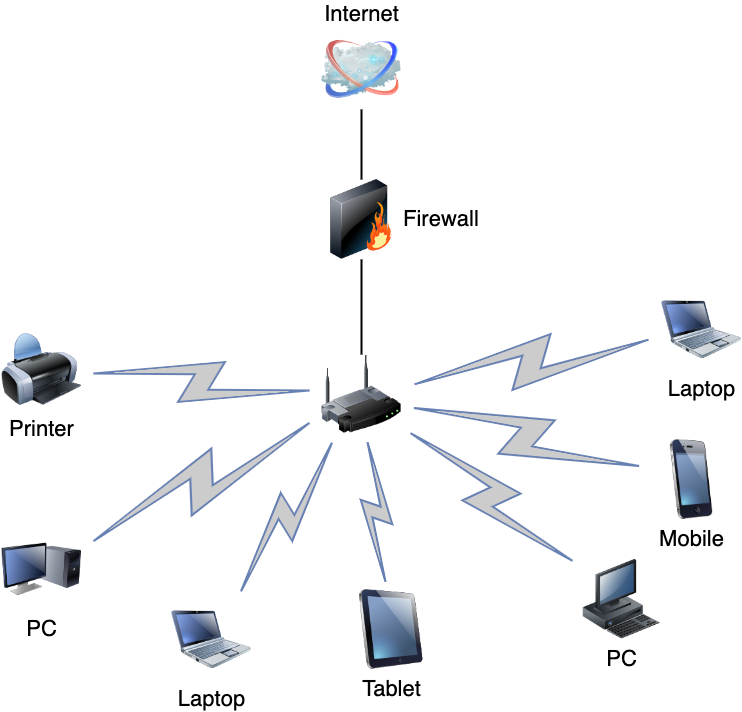
Valerii1985/devops-netology keeps this draw.io diagram as 3.8 Net chap 3/Диаграмма без названия.drawio.png. Above is the earlier version. Source tidied: cells renumbered, new cells last; positions are measured from the earlier drawing's top-left corner, leaving out a move shared by most shapes. Source of this version:
```xml
<mxGraphModel>
  <root>
    <mxCell id="0" />
    <mxCell id="1" parent="0" />
    <mxCell id="2" style="edgeStyle=none;rounded=0;html=1;labelBackgroundColor=none;endArrow=none;strokeWidth=2;fontFamily=Verdana;fontSize=22;" parent="1" edge="1" source="3" target="6">
      <mxGeometry relative="1" as="geometry" />
    </mxCell>
    <mxCell id="3" style="image;html=1;labelBackgroundColor=#ffffff;image=img/lib/clip_art/networking/Wireless_Router_128x128.png;rounded=1;shadow=0;comic=0;strokeWidth=2;fontSize=22;" parent="1" vertex="1">
      <mxGeometry x="320" y="325" width="80" height="80" as="geometry" />
    </mxCell>
    <mxCell id="4" value="Internet" style="image;html=1;labelBackgroundColor=#ffffff;image=img/lib/clip_art/networking/Cloud_128x128.png;rounded=1;shadow=0;comic=0;strokeWidth=2;fontSize=22;labelPosition=center;verticalLabelPosition=top;align=center;verticalAlign=bottom;" parent="1" vertex="1">
      <mxGeometry x="320" width="80" height="80" as="geometry" />
    </mxCell>
    <mxCell id="5" style="edgeStyle=none;rounded=0;html=1;labelBackgroundColor=none;endArrow=none;strokeWidth=2;fontFamily=Verdana;fontSize=22;" parent="1" edge="1" source="6" target="4">
      <mxGeometry relative="1" as="geometry" />
    </mxCell>
    <mxCell id="6" value="Firewall" style="image;html=1;labelBackgroundColor=#ffffff;image=img/lib/clip_art/networking/Firewall_128x128.png;rounded=1;shadow=0;comic=0;strokeWidth=2;fontSize=22;labelPosition=right;verticalLabelPosition=middle;align=left;verticalAlign=middle;" parent="1" vertex="1">
      <mxGeometry x="320" y="150" width="80" height="80" as="geometry" />
    </mxCell>
    <mxCell id="7" value="Tablet" style="image;html=1;labelBackgroundColor=#ffffff;image=img/lib/clip_art/computers/iPad_128x128.png;rounded=1;shadow=0;comic=0;strokeWidth=2;fontSize=22;" parent="1" vertex="1">
      <mxGeometry x="350" y="560" width="80" height="80" as="geometry" />
    </mxCell>
    <mxCell id="8" value="PC" style="image;html=1;labelBackgroundColor=#ffffff;image=img/lib/clip_art/computers/Monitor_Tower_128x128.png;rounded=1;shadow=0;comic=0;strokeWidth=2;fontSize=22;" parent="1" vertex="1">
      <mxGeometry y="500" width="80" height="80" as="geometry" />
    </mxCell>
    <mxCell id="9" value="Printer" style="image;html=1;labelBackgroundColor=#ffffff;image=img/lib/clip_art/computers/Printer_128x128.png;rounded=1;shadow=0;comic=0;strokeWidth=2;fontSize=22;" parent="1" vertex="1">
      <mxGeometry y="300" width="80" height="80" as="geometry" />
    </mxCell>
    <mxCell id="10" value="PC" style="image;html=1;labelBackgroundColor=#ffffff;image=img/lib/clip_art/computers/Workstation_128x128.png;rounded=1;shadow=0;comic=0;strokeWidth=2;fontSize=22;" parent="1" vertex="1">
      <mxGeometry x="580" y="530" width="80" height="80" as="geometry" />
    </mxCell>
    <mxCell id="11" value="Mobile" style="image;html=1;labelBackgroundColor=#ffffff;image=img/lib/clip_art/telecommunication/iPhone_128x128.png;rounded=1;shadow=0;comic=0;strokeWidth=2;fontSize=22;" parent="1" vertex="1">
      <mxGeometry x="650" y="410" width="80" height="80" as="geometry" />
    </mxCell>
    <mxCell id="12" value="Laptop" style="image;html=1;labelBackgroundColor=#ffffff;image=img/lib/clip_art/computers/Netbook_128x128.png;rounded=1;shadow=0;comic=0;strokeColor=#000000;strokeWidth=2;fillColor=#FFFFFF;fontSize=22;fontColor=#000000;" parent="1" vertex="1">
      <mxGeometry x="660" y="260" width="80" height="80" as="geometry" />
    </mxCell>
    <mxCell id="13" value="Laptop" style="image;html=1;labelBackgroundColor=#ffffff;image=img/lib/clip_art/computers/Netbook_128x128.png;rounded=1;shadow=0;comic=0;strokeWidth=2;fontSize=22;" parent="1" vertex="1">
      <mxGeometry x="170" y="570" width="80" height="80" as="geometry" />
    </mxCell>
    <mxCell id="14" style="html=1;fillColor=#CCCCCC;strokeColor=#6881B3;gradientColor=none;gradientDirection=north;strokeWidth=2;shape=mxgraph.networks.comm_link_edge;html=1;labelBackgroundColor=none;endArrow=none;fontFamily=Verdana;fontSize=22;fontColor=#000000;" parent="1" edge="1" source="9" target="3">
      <mxGeometry relative="1" as="geometry" />
    </mxCell>
    <mxCell id="15" style="html=1;fillColor=#CCCCCC;strokeColor=#6881B3;gradientColor=none;gradientDirection=north;strokeWidth=2;shape=mxgraph.networks.comm_link_edge;html=1;labelBackgroundColor=none;endArrow=none;fontFamily=Verdana;fontSize=22;fontColor=#000000;fontStyle=1;" parent="1" edge="1" source="8" target="3">
      <mxGeometry relative="1" as="geometry" />
    </mxCell>
    <mxCell id="16" style="html=1;fillColor=#CCCCCC;strokeColor=#6881B3;gradientColor=none;gradientDirection=north;strokeWidth=2;shape=mxgraph.networks.comm_link_edge;html=1;labelBackgroundColor=none;endArrow=none;fontFamily=Verdana;fontSize=22;fontColor=#000000;" parent="1" edge="1" source="13" target="3">
      <mxGeometry relative="1" as="geometry" />
    </mxCell>
    <mxCell id="17" style="html=1;fillColor=#CCCCCC;strokeColor=#6881B3;gradientColor=none;gradientDirection=north;strokeWidth=2;shape=mxgraph.networks.comm_link_edge;html=1;labelBackgroundColor=none;endArrow=none;fontFamily=Verdana;fontSize=22;fontColor=#000000;" parent="1" edge="1" source="7" target="3">
      <mxGeometry relative="1" as="geometry" />
    </mxCell>
    <mxCell id="18" style="html=1;fillColor=#CCCCCC;strokeColor=#6881B3;gradientColor=none;gradientDirection=north;strokeWidth=2;shape=mxgraph.networks.comm_link_edge;html=1;labelBackgroundColor=none;endArrow=none;fontFamily=Verdana;fontSize=22;fontColor=#000000;" parent="1" edge="1" source="10" target="3">
      <mxGeometry relative="1" as="geometry" />
    </mxCell>
    <mxCell id="19" style="html=1;fillColor=#CCCCCC;strokeColor=#6881B3;gradientColor=none;gradientDirection=north;strokeWidth=2;shape=mxgraph.networks.comm_link_edge;html=1;labelBackgroundColor=none;endArrow=none;fontFamily=Verdana;fontSize=22;fontColor=#000000;" parent="1" edge="1" source="11" target="3">
      <mxGeometry relative="1" as="geometry" />
    </mxCell>
    <mxCell id="20" style="html=1;fillColor=#CCCCCC;strokeColor=#6881B3;gradientColor=none;gradientDirection=north;strokeWidth=2;shape=mxgraph.networks.comm_link_edge;html=1;labelBackgroundColor=none;endArrow=none;fontFamily=Verdana;fontSize=22;fontColor=#000000;" parent="1" edge="1" source="12" target="3">
      <mxGeometry relative="1" as="geometry" />
    </mxCell>
  </root>
</mxGraphModel>
```
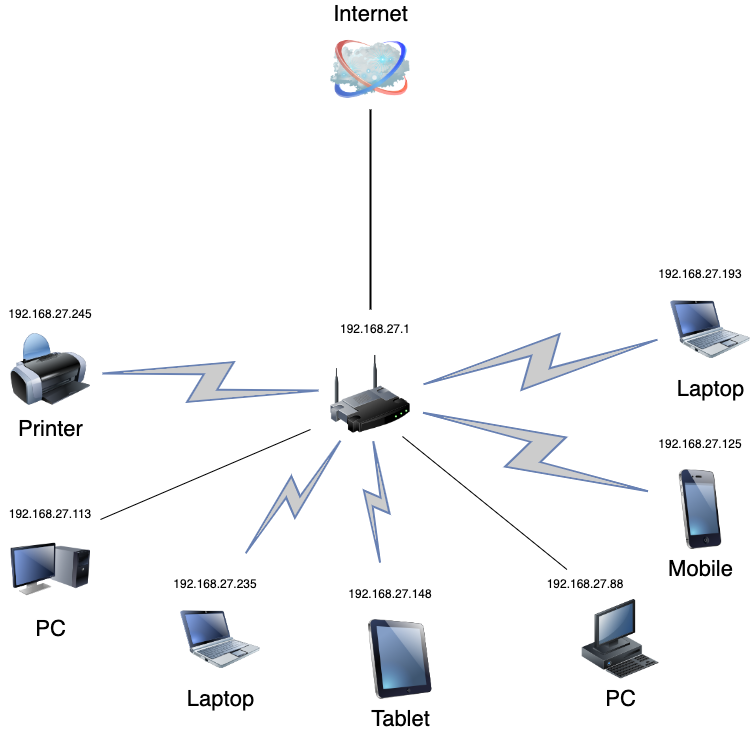
The same diagram one commit later.

What changed in the source:
```diff
@@ -2,23 +2,19 @@
   <root>
     <mxCell id="0" />
     <mxCell id="1" parent="0" />
-    <mxCell id="2" style="edgeStyle=none;rounded=0;html=1;labelBackgroundColor=none;endArrow=none;strokeWidth=2;fontFamily=Verdana;fontSize=22;" parent="1" edge="1" source="3" target="6">
-      <mxGeometry relative="1" as="geometry" />
-    </mxCell>
     <mxCell id="3" style="image;html=1;labelBackgroundColor=#ffffff;image=img/lib/clip_art/networking/Wireless_Router_128x128.png;rounded=1;shadow=0;comic=0;strokeWidth=2;fontSize=22;" parent="1" vertex="1">
       <mxGeometry x="320" y="325" width="80" height="80" as="geometry" />
     </mxCell>
     <mxCell id="4" value="Internet" style="image;html=1;labelBackgroundColor=#ffffff;image=img/lib/clip_art/networking/Cloud_128x128.png;rounded=1;shadow=0;comic=0;strokeWidth=2;fontSize=22;labelPosition=center;verticalLabelPosition=top;align=center;verticalAlign=bottom;" parent="1" vertex="1">
       <mxGeometry x="320" width="80" height="80" as="geometry" />
     </mxCell>
-    <mxCell id="5" style="edgeStyle=none;rounded=0;html=1;labelBackgroundColor=none;endArrow=none;strokeWidth=2;fontFamily=Verdana;fontSize=22;" parent="1" edge="1" source="6" target="4">
-      <mxGeometry relative="1" as="geometry" />
+    <mxCell id="5" style="edgeStyle=none;rounded=0;html=1;labelBackgroundColor=none;endArrow=none;strokeWidth=2;fontFamily=Verdana;fontSize=22;" parent="1" edge="1" target="4">
+      <mxGeometry relative="1" as="geometry">
+        <mxPoint x="360" y="280" as="sourcePoint" />
+      </mxGeometry>
     </mxCell>
-    <mxCell id="6" value="Firewall" style="image;html=1;labelBackgroundColor=#ffffff;image=img/lib/clip_art/networking/Firewall_128x128.png;rounded=1;shadow=0;comic=0;strokeWidth=2;fontSize=22;labelPosition=right;verticalLabelPosition=middle;align=left;verticalAlign=middle;" parent="1" vertex="1">
-      <mxGeometry x="320" y="150" width="80" height="80" as="geometry" />
-    </mxCell>
     <mxCell id="7" value="Tablet" style="image;html=1;labelBackgroundColor=#ffffff;image=img/lib/clip_art/computers/iPad_128x128.png;rounded=1;shadow=0;comic=0;strokeWidth=2;fontSize=22;" parent="1" vertex="1">
-      <mxGeometry x="350" y="560" width="80" height="80" as="geometry" />
+      <mxGeometry x="350" y="590" width="80" height="80" as="geometry" />
     </mxCell>
     <mxCell id="8" value="PC" style="image;html=1;labelBackgroundColor=#ffffff;image=img/lib/clip_art/computers/Monitor_Tower_128x128.png;rounded=1;shadow=0;comic=0;strokeWidth=2;fontSize=22;" parent="1" vertex="1">
       <mxGeometry y="500" width="80" height="80" as="geometry" />
@@ -27,10 +23,10 @@
       <mxGeometry y="300" width="80" height="80" as="geometry" />
     </mxCell>
     <mxCell id="10" value="PC" style="image;html=1;labelBackgroundColor=#ffffff;image=img/lib/clip_art/computers/Workstation_128x128.png;rounded=1;shadow=0;comic=0;strokeWidth=2;fontSize=22;" parent="1" vertex="1">
-      <mxGeometry x="580" y="530" width="80" height="80" as="geometry" />
+      <mxGeometry x="570" y="570" width="80" height="80" as="geometry" />
     </mxCell>
     <mxCell id="11" value="Mobile" style="image;html=1;labelBackgroundColor=#ffffff;image=img/lib/clip_art/telecommunication/iPhone_128x128.png;rounded=1;shadow=0;comic=0;strokeWidth=2;fontSize=22;" parent="1" vertex="1">
-      <mxGeometry x="650" y="410" width="80" height="80" as="geometry" />
+      <mxGeometry x="650" y="440" width="80" height="80" as="geometry" />
     </mxCell>
     <mxCell id="12" value="Laptop" style="image;html=1;labelBackgroundColor=#ffffff;image=img/lib/clip_art/computers/Netbook_128x128.png;rounded=1;shadow=0;comic=0;strokeColor=#000000;strokeWidth=2;fillColor=#FFFFFF;fontSize=22;fontColor=#000000;" parent="1" vertex="1">
       <mxGeometry x="660" y="260" width="80" height="80" as="geometry" />
@@ -41,23 +37,57 @@
     <mxCell id="14" style="html=1;fillColor=#CCCCCC;strokeColor=#6881B3;gradientColor=none;gradientDirection=north;strokeWidth=2;shape=mxgraph.networks.comm_link_edge;html=1;labelBackgroundColor=none;endArrow=none;fontFamily=Verdana;fontSize=22;fontColor=#000000;" parent="1" edge="1" source="9" target="3">
       <mxGeometry relative="1" as="geometry" />
     </mxCell>
-    <mxCell id="15" style="html=1;fillColor=#CCCCCC;strokeColor=#6881B3;gradientColor=none;gradientDirection=north;strokeWidth=2;shape=mxgraph.networks.comm_link_edge;html=1;labelBackgroundColor=none;endArrow=none;fontFamily=Verdana;fontSize=22;fontColor=#000000;fontStyle=1;" parent="1" edge="1" source="8" target="3">
-      <mxGeometry relative="1" as="geometry" />
-    </mxCell>
-    <mxCell id="16" style="html=1;fillColor=#CCCCCC;strokeColor=#6881B3;gradientColor=none;gradientDirection=north;strokeWidth=2;shape=mxgraph.networks.comm_link_edge;html=1;labelBackgroundColor=none;endArrow=none;fontFamily=Verdana;fontSize=22;fontColor=#000000;" parent="1" edge="1" source="13" target="3">
-      <mxGeometry relative="1" as="geometry" />
+    <mxCell id="16" style="html=1;fillColor=#CCCCCC;strokeColor=#6881B3;gradientColor=none;gradientDirection=north;strokeWidth=2;shape=mxgraph.networks.comm_link_edge;html=1;labelBackgroundColor=none;endArrow=none;fontFamily=Verdana;fontSize=22;fontColor=#000000;" parent="1" edge="1" target="3">
+      <mxGeometry relative="1" as="geometry">
+        <mxPoint x="230" y="530" as="sourcePoint" />
+        <Array as="points">
+          <mxPoint x="270" y="510" />
+        </Array>
+      </mxGeometry>
     </mxCell>
-    <mxCell id="17" style="html=1;fillColor=#CCCCCC;strokeColor=#6881B3;gradientColor=none;gradientDirection=north;strokeWidth=2;shape=mxgraph.networks.comm_link_edge;html=1;labelBackgroundColor=none;endArrow=none;fontFamily=Verdana;fontSize=22;fontColor=#000000;" parent="1" edge="1" source="7" target="3">
-      <mxGeometry relative="1" as="geometry" />
+    <mxCell id="17" style="html=1;fillColor=#CCCCCC;strokeColor=#6881B3;gradientColor=none;gradientDirection=north;strokeWidth=2;shape=mxgraph.networks.comm_link_edge;html=1;labelBackgroundColor=none;endArrow=none;fontFamily=Verdana;fontSize=22;fontColor=#000000;" parent="1" edge="1" target="3">
+      <mxGeometry relative="1" as="geometry">
+        <mxPoint x="370" y="540" as="sourcePoint" />
+      </mxGeometry>
     </mxCell>
-    <mxCell id="18" style="html=1;fillColor=#CCCCCC;strokeColor=#6881B3;gradientColor=none;gradientDirection=north;strokeWidth=2;shape=mxgraph.networks.comm_link_edge;html=1;labelBackgroundColor=none;endArrow=none;fontFamily=Verdana;fontSize=22;fontColor=#000000;" parent="1" edge="1" source="10" target="3">
-      <mxGeometry relative="1" as="geometry" />
-    </mxCell>
     <mxCell id="19" style="html=1;fillColor=#CCCCCC;strokeColor=#6881B3;gradientColor=none;gradientDirection=north;strokeWidth=2;shape=mxgraph.networks.comm_link_edge;html=1;labelBackgroundColor=none;endArrow=none;fontFamily=Verdana;fontSize=22;fontColor=#000000;" parent="1" edge="1" source="11" target="3">
       <mxGeometry relative="1" as="geometry" />
     </mxCell>
     <mxCell id="20" style="html=1;fillColor=#CCCCCC;strokeColor=#6881B3;gradientColor=none;gradientDirection=north;strokeWidth=2;shape=mxgraph.networks.comm_link_edge;html=1;labelBackgroundColor=none;endArrow=none;fontFamily=Verdana;fontSize=22;fontColor=#000000;" parent="1" edge="1" source="12" target="3">
       <mxGeometry relative="1" as="geometry" />
     </mxCell>
+    <mxCell id="21" value="192.168.27.1" style="text;html=1;strokeColor=none;fillColor=none;align=center;verticalAlign=middle;whiteSpace=wrap;rounded=0;" parent="1" vertex="1">
+      <mxGeometry x="330" y="285" width="70" height="30" as="geometry" />
+    </mxCell>
+    <mxCell id="22" value="192.168.27.245" style="text;html=1;strokeColor=none;fillColor=none;align=center;verticalAlign=middle;whiteSpace=wrap;rounded=0;" parent="1" vertex="1">
+      <mxGeometry y="270" width="80" height="30" as="geometry" />
+    </mxCell>
+    <mxCell id="23" value="192.168.27.193" style="text;html=1;strokeColor=none;fillColor=none;align=center;verticalAlign=middle;whiteSpace=wrap;rounded=0;" parent="1" vertex="1">
+      <mxGeometry x="650" y="230" width="80" height="30" as="geometry" />
+    </mxCell>
+    <mxCell id="24" value="192.168.27.125" style="text;html=1;strokeColor=none;fillColor=none;align=center;verticalAlign=middle;whiteSpace=wrap;rounded=0;" parent="1" vertex="1">
+      <mxGeometry x="650" y="400" width="80" height="30" as="geometry" />
+    </mxCell>
+    <mxCell id="25" value="192.168.27.148" style="text;html=1;strokeColor=none;fillColor=none;align=center;verticalAlign=middle;whiteSpace=wrap;rounded=0;" parent="1" vertex="1">
+      <mxGeometry x="340" y="550" width="80" height="30" as="geometry" />
+    </mxCell>
+    <mxCell id="26" style="endArrow=none;html=1;rounded=0;exitX=0.9;exitY=1.025;exitDx=0;exitDy=0;exitPerimeter=0;" parent="1" edge="1" source="3" target="27">
+      <mxGeometry relative="1" as="geometry" />
+    </mxCell>
+    <mxCell id="27" value="192.168.27.88&lt;br&gt;" style="text;html=1;strokeColor=none;fillColor=none;align=center;verticalAlign=middle;whiteSpace=wrap;rounded=0;" parent="1" vertex="1">
+      <mxGeometry x="530" y="540" width="90" height="30" as="geometry" />
+    </mxCell>
+    <mxCell id="28" value="192.168.27.113" style="text;html=1;strokeColor=none;fillColor=none;align=center;verticalAlign=middle;whiteSpace=wrap;rounded=0;" parent="1" vertex="1">
+      <mxGeometry x="-10" y="470" width="100" height="30" as="geometry" />
+    </mxCell>
+    <mxCell id="29" value="192.168.27.235" style="text;html=1;strokeColor=none;fillColor=none;align=center;verticalAlign=middle;whiteSpace=wrap;rounded=0;" parent="1" vertex="1">
+      <mxGeometry x="160" y="540" width="90" height="30" as="geometry" />
+    </mxCell>
+    <mxCell id="30" style="endArrow=none;html=1;rounded=0;" parent="1" edge="1">
+      <mxGeometry relative="1" as="geometry">
+        <mxPoint x="90" y="490" as="sourcePoint" />
+        <mxPoint x="300" y="400" as="targetPoint" />
+      </mxGeometry>
+    </mxCell>
   </root>
 </mxGraphModel>
```
